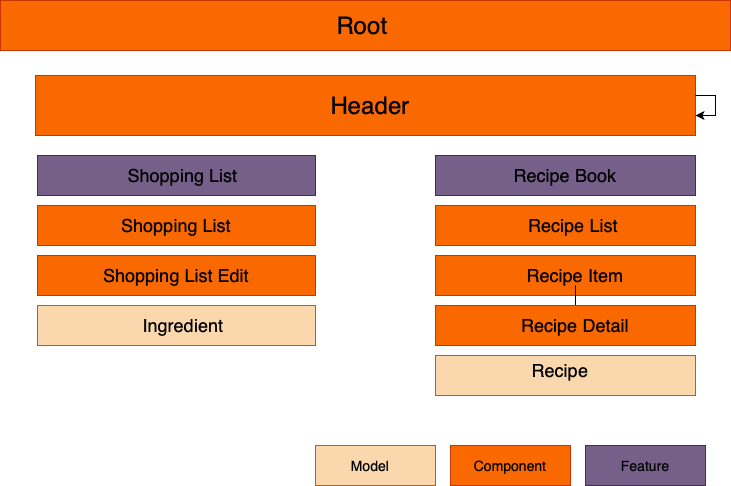
The draw.io diagram Untitled Diagram.png in CodeHere21/my-recipes-app, before a commit. Source tidied: cells renumbered, new cells last; positions are measured from the earlier drawing's top-left corner, leaving out a move shared by most shapes. Its diagram source:
```xml
<mxGraphModel>
  <root>
    <mxCell id="0" />
    <mxCell id="1" parent="0" />
    <mxCell id="2" style="rounded=0;whiteSpace=wrap;html=1;fillColor=#fa6800;strokeColor=#C73500;fontColor=#000000;" parent="1" vertex="1">
      <mxGeometry width="730" height="50" as="geometry" />
    </mxCell>
    <mxCell id="3" value="&lt;font style=&quot;font-size: 24px&quot;&gt;Root&lt;/font&gt;" style="text;html=1;strokeColor=none;fillColor=none;align=center;verticalAlign=middle;whiteSpace=wrap;rounded=0;" parent="1" vertex="1">
      <mxGeometry x="197" y="15" width="330" height="20" as="geometry" />
    </mxCell>
    <mxCell id="4" style="rounded=0;whiteSpace=wrap;html=1;fillColor=#fa6800;strokeColor=#C73500;fontColor=#000000;" parent="1" vertex="1">
      <mxGeometry x="35" y="75" width="660" height="60" as="geometry" />
    </mxCell>
    <mxCell id="5" value="&lt;font style=&quot;font-size: 24px&quot;&gt;Header&lt;/font&gt;" style="text;html=1;strokeColor=none;fillColor=none;align=center;verticalAlign=middle;whiteSpace=wrap;rounded=0;" parent="1" vertex="1">
      <mxGeometry x="155" y="95" width="430" height="20" as="geometry" />
    </mxCell>
    <mxCell id="6" style="rounded=0;whiteSpace=wrap;html=1;fillColor=#76608a;strokeColor=#432D57;fontColor=#ffffff;" parent="1" vertex="1">
      <mxGeometry x="37" y="155" width="278" height="40" as="geometry" />
    </mxCell>
    <mxCell id="7" style="rounded=0;whiteSpace=wrap;html=1;fillColor=#76608a;strokeColor=#432D57;fontColor=#ffffff;" parent="1" vertex="1">
      <mxGeometry x="435" y="155" width="260" height="40" as="geometry" />
    </mxCell>
    <mxCell id="8" value="&lt;font style=&quot;font-size: 18px&quot;&gt;Shopping List&amp;nbsp;&lt;/font&gt;" style="text;html=1;strokeColor=none;fillColor=none;align=center;verticalAlign=middle;whiteSpace=wrap;rounded=0;" parent="1" vertex="1">
      <mxGeometry x="95" y="165" width="180" height="20" as="geometry" />
    </mxCell>
    <mxCell id="9" value="&lt;font style=&quot;font-size: 18px&quot;&gt;Recipe Book&lt;/font&gt;" style="text;html=1;strokeColor=none;fillColor=none;align=center;verticalAlign=middle;whiteSpace=wrap;rounded=0;" parent="1" vertex="1">
      <mxGeometry x="455" y="165" width="220" height="20" as="geometry" />
    </mxCell>
    <mxCell id="10" style="rounded=0;whiteSpace=wrap;html=1;fillColor=#fa6800;strokeColor=#C73500;fontColor=#000000;" parent="1" vertex="1">
      <mxGeometry x="37" y="205" width="278" height="40" as="geometry" />
    </mxCell>
    <mxCell id="11" value="&lt;font style=&quot;font-size: 18px&quot;&gt;Shopping List&lt;/font&gt;" style="text;html=1;strokeColor=none;fillColor=none;align=center;verticalAlign=middle;whiteSpace=wrap;rounded=0;" parent="1" vertex="1">
      <mxGeometry x="101" y="215" width="150" height="20" as="geometry" />
    </mxCell>
    <mxCell id="12" style="rounded=0;whiteSpace=wrap;html=1;fillColor=#fa6800;strokeColor=#C73500;fontColor=#000000;" parent="1" vertex="1">
      <mxGeometry x="37" y="255" width="278" height="40" as="geometry" />
    </mxCell>
    <mxCell id="13" value="&lt;font style=&quot;font-size: 18px&quot;&gt;Shopping List Edit&lt;/font&gt;" style="text;html=1;strokeColor=none;fillColor=none;align=center;verticalAlign=middle;whiteSpace=wrap;rounded=0;" parent="1" vertex="1">
      <mxGeometry x="86" y="265" width="180" height="20" as="geometry" />
    </mxCell>
    <mxCell id="14" style="rounded=0;whiteSpace=wrap;html=1;fillColor=#fa6800;strokeColor=#C73500;fontColor=#000000;" parent="1" vertex="1">
      <mxGeometry x="435" y="205" width="260" height="40" as="geometry" />
    </mxCell>
    <mxCell id="15" value="&lt;font style=&quot;font-size: 18px&quot;&gt;Recipe List&lt;/font&gt;" style="text;html=1;strokeColor=none;fillColor=none;align=center;verticalAlign=middle;whiteSpace=wrap;rounded=0;" parent="1" vertex="1">
      <mxGeometry x="515" y="215" width="116" height="20" as="geometry" />
    </mxCell>
    <mxCell id="16" style="rounded=0;whiteSpace=wrap;html=1;fillColor=#fa6800;strokeColor=#C73500;fontColor=#000000;" parent="1" vertex="1">
      <mxGeometry x="435" y="255" width="260" height="40" as="geometry" />
    </mxCell>
    <mxCell id="17" style="edgeStyle=orthogonalEdgeStyle;rounded=0;jettySize=auto;html=1;" parent="1" edge="1" source="18" target="20">
      <mxGeometry relative="1" as="geometry" />
    </mxCell>
    <mxCell id="18" value="&lt;font style=&quot;font-size: 18px&quot;&gt;Recipe Item&lt;/font&gt;" style="text;html=1;strokeColor=none;fillColor=none;align=center;verticalAlign=middle;whiteSpace=wrap;rounded=0;" parent="1" vertex="1">
      <mxGeometry x="495" y="265" width="160" height="20" as="geometry" />
    </mxCell>
    <mxCell id="19" style="rounded=0;whiteSpace=wrap;html=1;fillColor=#fa6800;strokeColor=#C73500;fontColor=#000000;" parent="1" vertex="1">
      <mxGeometry x="435" y="305" width="260" height="40" as="geometry" />
    </mxCell>
    <mxCell id="20" value="&lt;font style=&quot;font-size: 18px&quot;&gt;Recipe Detail&lt;/font&gt;" style="text;html=1;strokeColor=none;fillColor=none;align=center;verticalAlign=middle;whiteSpace=wrap;rounded=0;" parent="1" vertex="1">
      <mxGeometry x="485" y="315" width="180" height="20" as="geometry" />
    </mxCell>
    <mxCell id="21" style="edgeStyle=orthogonalEdgeStyle;rounded=0;orthogonalLoop=1;jettySize=auto;html=1;" parent="1" edge="1" source="4" target="4">
      <mxGeometry relative="1" as="geometry" />
    </mxCell>
    <mxCell id="22" style="rounded=0;whiteSpace=wrap;html=1;fillColor=#fa6800;strokeColor=#C73500;fontColor=#000000;" parent="1" vertex="1">
      <mxGeometry x="450" y="445" width="120" height="40" as="geometry" />
    </mxCell>
    <mxCell id="23" value="&lt;font style=&quot;font-size: 14px&quot;&gt;Component&lt;/font&gt;" style="text;html=1;strokeColor=none;fillColor=none;align=center;verticalAlign=middle;whiteSpace=wrap;rounded=0;" parent="1" vertex="1">
      <mxGeometry x="465" y="455" width="90" height="20" as="geometry" />
    </mxCell>
    <mxCell id="24" style="rounded=0;whiteSpace=wrap;html=1;fillColor=#76608a;strokeColor=#432D57;fontColor=#ffffff;" parent="1" vertex="1">
      <mxGeometry x="585" y="445" width="120" height="40" as="geometry" />
    </mxCell>
    <mxCell id="25" value="&lt;font style=&quot;font-size: 14px&quot;&gt;Feature&lt;/font&gt;" style="text;html=1;strokeColor=none;fillColor=none;align=center;verticalAlign=middle;whiteSpace=wrap;rounded=0;" parent="1" vertex="1">
      <mxGeometry x="595" y="455" width="100" height="20" as="geometry" />
    </mxCell>
    <mxCell id="26" style="rounded=0;whiteSpace=wrap;html=1;fillColor=#fad7ac;strokeColor=#b46504;" parent="1" vertex="1">
      <mxGeometry x="37" y="305" width="278" height="40" as="geometry" />
    </mxCell>
    <mxCell id="27" value="&lt;font style=&quot;font-size: 18px&quot;&gt;Ingredient&lt;/font&gt;" style="text;html=1;strokeColor=none;fillColor=none;align=center;verticalAlign=middle;whiteSpace=wrap;rounded=0;" parent="1" vertex="1">
      <mxGeometry x="101" y="315" width="164" height="20" as="geometry" />
    </mxCell>
    <mxCell id="28" style="rounded=0;whiteSpace=wrap;html=1;fillColor=#fad7ac;strokeColor=#b46504;" parent="1" vertex="1">
      <mxGeometry x="435" y="355" width="260" height="40" as="geometry" />
    </mxCell>
    <mxCell id="29" value="&lt;font style=&quot;font-size: 18px&quot;&gt;Recipe&lt;/font&gt;" style="text;html=1;strokeColor=none;fillColor=none;align=center;verticalAlign=middle;whiteSpace=wrap;rounded=0;" parent="1" vertex="1">
      <mxGeometry x="465" y="360" width="190" height="20" as="geometry" />
    </mxCell>
    <mxCell id="30" style="rounded=0;whiteSpace=wrap;html=1;fillColor=#fad7ac;strokeColor=#b46504;" parent="1" vertex="1">
      <mxGeometry x="315" y="445" width="120" height="40" as="geometry" />
    </mxCell>
    <mxCell id="31" value="&lt;font style=&quot;font-size: 14px&quot;&gt;Model&lt;/font&gt;" style="text;html=1;strokeColor=none;fillColor=none;align=center;verticalAlign=middle;whiteSpace=wrap;rounded=0;" parent="1" vertex="1">
      <mxGeometry x="335" y="455" width="70" height="20" as="geometry" />
    </mxCell>
  </root>
</mxGraphModel>
```
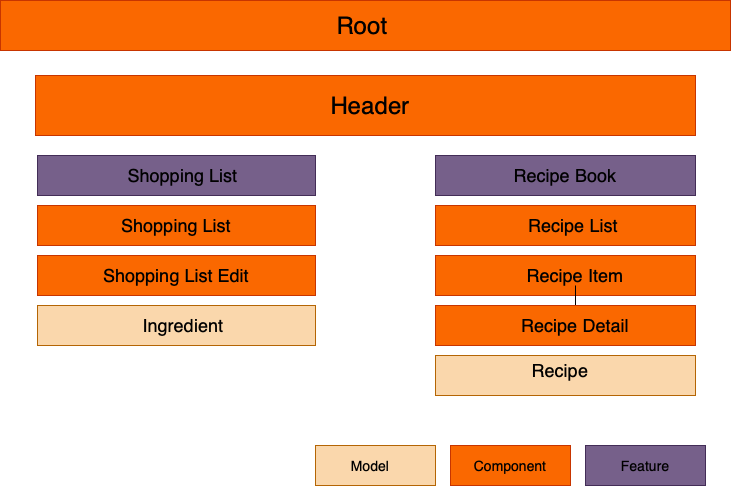
The same file after the commit.

Diff of the diagram source:
```diff
@@ -59,9 +59,6 @@
     <mxCell id="20" value="&lt;font style=&quot;font-size: 18px&quot;&gt;Recipe Detail&lt;/font&gt;" style="text;html=1;strokeColor=none;fillColor=none;align=center;verticalAlign=middle;whiteSpace=wrap;rounded=0;" parent="1" vertex="1">
       <mxGeometry x="485" y="315" width="180" height="20" as="geometry" />
     </mxCell>
-    <mxCell id="21" style="edgeStyle=orthogonalEdgeStyle;rounded=0;orthogonalLoop=1;jettySize=auto;html=1;" parent="1" edge="1" source="4" target="4">
-      <mxGeometry relative="1" as="geometry" />
-    </mxCell>
     <mxCell id="22" style="rounded=0;whiteSpace=wrap;html=1;fillColor=#fa6800;strokeColor=#C73500;fontColor=#000000;" parent="1" vertex="1">
       <mxGeometry x="450" y="445" width="120" height="40" as="geometry" />
     </mxCell>
```
